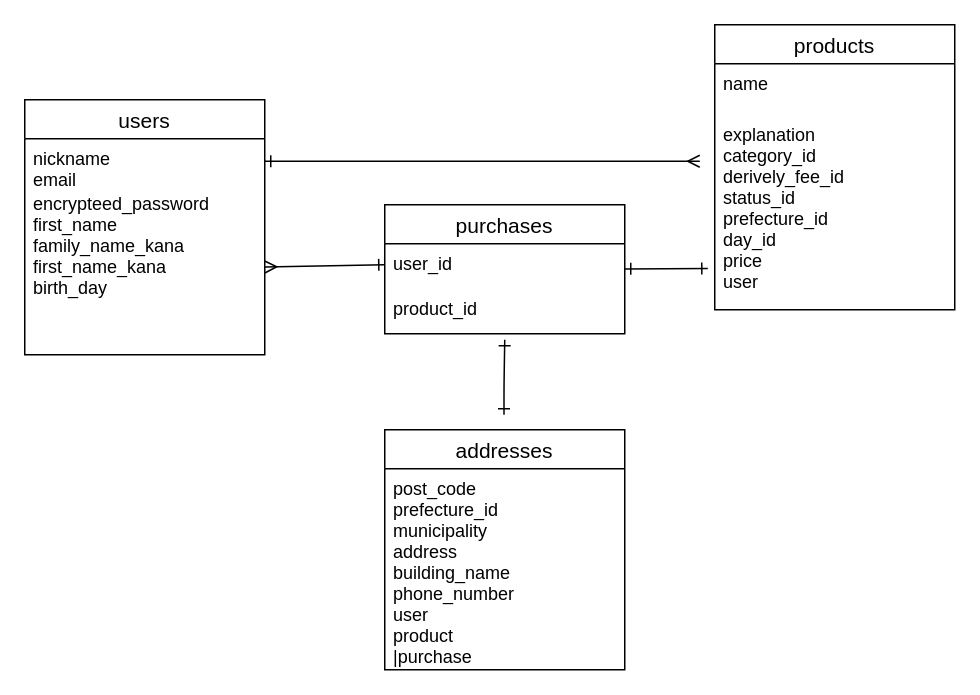
This is app/views/DB.dio from shunshun7676/furima-38341, a draw.io file, before an edit. Source tidied: cells renumbered, new cells numbered last; positions are measured from the earlier drawing's top-left corner, leaving out a move shared by most shapes. Both pictures are drawn from the tidied source at 150%, with x=0, y=0 at pixel (24, 24).
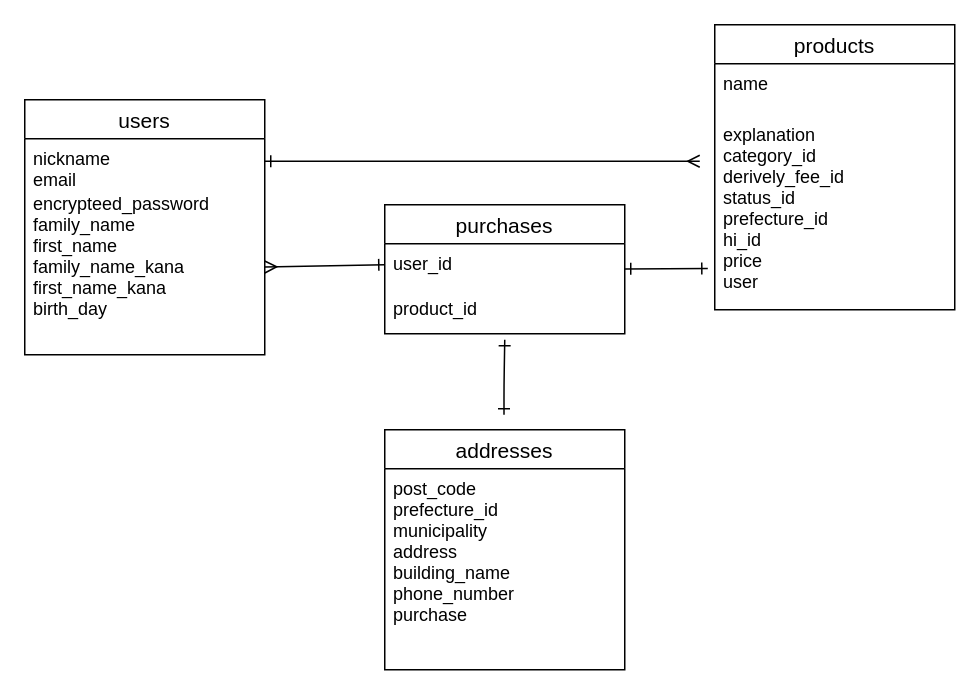
Above is the later version.

The change refers to these unchanged cells:
```xml
<mxCell id="2" value="users" style="swimlane;fontStyle=0;horizontal=1;startSize=26;align=center;fontSize=14;" parent="1" vertex="1">
  <mxGeometry y="50" width="160" height="170" as="geometry" />
</mxCell>
<mxCell id="5" value="products" style="swimlane;fontStyle=0;horizontal=1;startSize=26;align=center;fontSize=14;" parent="1" vertex="1">
  <mxGeometry x="460" width="160" height="190" as="geometry" />
</mxCell>
<mxCell id="8" value="addresses" style="swimlane;fontStyle=0;horizontal=1;startSize=26;align=center;fontSize=14;" parent="1" vertex="1">
  <mxGeometry x="240" y="270" width="160" height="160" as="geometry" />
</mxCell>
```

Diff of the diagram source:
```diff
@@
-    <mxCell id="4" value="encrypteed_password&#10;first_name&#10;family_name_kana&#10;first_name_kana&#10;birth_day&#10;" style="text;strokeColor=none;fillColor=none;spacingLeft=4;spacingRight=4;overflow=hidden;points=[[0,0.5],[1,0.5]];portConstraint=eastwest;fontSize=12;" parent="2" vertex="1">
+    <mxCell id="4" value="encrypteed_password&#10;family_name&#10;first_name&#10;family_name_kana&#10;first_name_kana&#10;birth_day&#10;" style="text;strokeColor=none;fillColor=none;spacingLeft=4;spacingRight=4;overflow=hidden;points=[[0,0.5],[1,0.5]];portConstraint=eastwest;fontSize=12;" parent="2" vertex="1">
       <mxGeometry y="56" width="160" height="114" as="geometry" />
     </mxCell>
@@
-    <mxCell id="7" value="explanation&#10;category_id&#10;derively_fee_id&#10;status_id&#10;prefecture_id&#10;day_id&#10;price&#10;user" style="text;strokeColor=none;fillColor=none;spacingLeft=4;spacingRight=4;overflow=hidden;points=[[0,0.5],[1,0.5]];portConstraint=eastwest;fontSize=12;" parent="5" vertex="1">
+    <mxCell id="7" value="explanation&#10;category_id&#10;derively_fee_id&#10;status_id&#10;prefecture_id&#10;hi_id&#10;price&#10;user" style="text;strokeColor=none;fillColor=none;spacingLeft=4;spacingRight=4;overflow=hidden;points=[[0,0.5],[1,0.5]];portConstraint=eastwest;fontSize=12;" parent="5" vertex="1">
       <mxGeometry y="60" width="160" height="130" as="geometry" />
     </mxCell>
@@
-    <mxCell id="9" value="post_code&#10;prefecture_id&#10;municipality&#10;address&#10;building_name&#10;phone_number&#10;user&#10;product&#10;|purchase&#10;&#10;&#10;&#10;" style="text;strokeColor=none;fillColor=none;spacingLeft=4;spacingRight=4;overflow=hidden;fontSize=12;" parent="8" vertex="1">
+    <mxCell id="9" value="post_code&#10;prefecture_id&#10;municipality&#10;address&#10;building_name&#10;phone_number&#10;purchase&#10;&#10;&#10;&#10;" style="text;strokeColor=none;fillColor=none;spacingLeft=4;spacingRight=4;overflow=hidden;fontSize=12;" parent="8" vertex="1">
       <mxGeometry y="26" width="160" height="134" as="geometry" />
     </mxCell>
```
